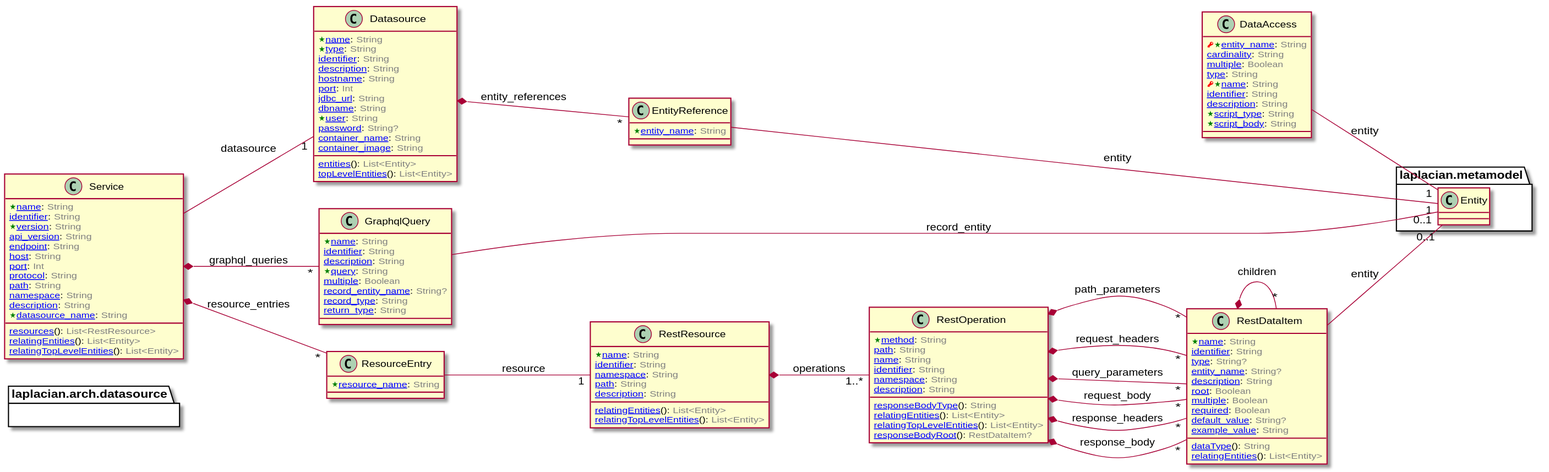
Earlier version of the PlantUML export doc/image/model-diagram.svg (laplacian-arch/api-service.domain-model).
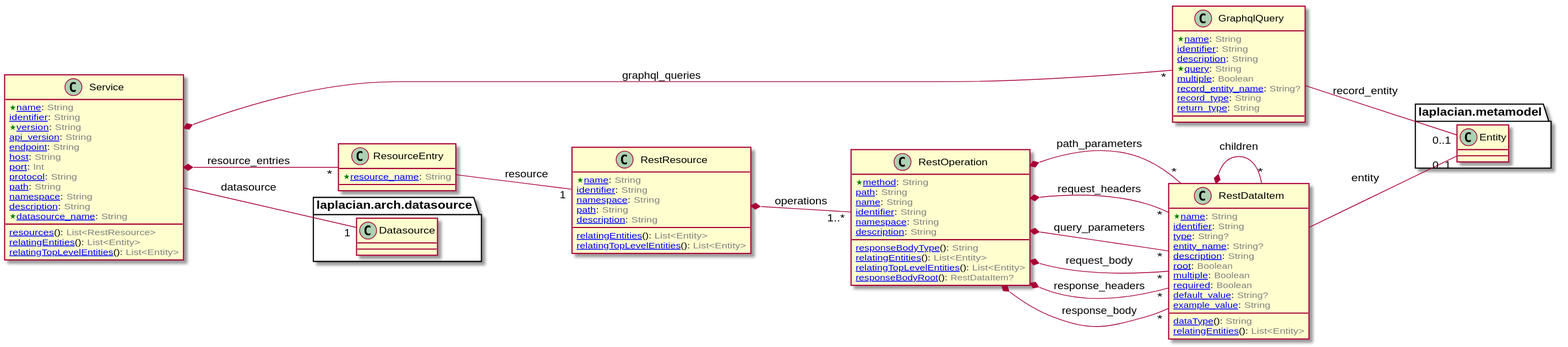
After the change.

Commit message:
update the model diagram

What changed in the source:
```diff
@@ -1,78 +1,5 @@
 @startuml
 left to right direction
-
-
-class DataAccess [[/blob/master/doc/entities/DataAccess.md]] {
-  <color:RED><&key></color><color:Green><&star></color>[[/blob/master/doc/entities/DataAccess.md#entity_name-string entity_name]]: <color:GRAY>String</color>
-  [[/blob/master/doc/entities/DataAccess.md#cardinality-string cardinality]]: <color:GRAY>String</color>
-  [[/blob/master/doc/entities/DataAccess.md#multiple-boolean multiple]]: <color:GRAY>Boolean</color>
-  [[/blob/master/doc/entities/DataAccess.md#type-string type]]: <color:GRAY>String</color>
-  <color:RED><&key></color><color:Green><&star></color>[[/blob/master/doc/entities/DataAccess.md#name-string name]]: <color:GRAY>String</color>
-  [[/blob/master/doc/entities/DataAccess.md#identifier-string identifier]]: <color:GRAY>String</color>
-  [[/blob/master/doc/entities/DataAccess.md#description-string description]]: <color:GRAY>String</color>
-  <color:Green><&star></color>[[/blob/master/doc/entities/DataAccess.md#script_type-string script_type]]: <color:GRAY>String</color>
-  <color:Green><&star></color>[[/blob/master/doc/entities/DataAccess.md#script_body-string script_body]]: <color:GRAY>String</color>
-}
-
-
-
-
-
-package laplacian.metamodel {
-  class Entity {
-  }
-}
-
-
-DataAccess -- "1" Entity : entity
-
-
-
-
-class Datasource [[/blob/master/doc/entities/Datasource.md]] {
-  <color:Green><&star></color>[[/blob/master/doc/entities/Datasource.md#name-string name]]: <color:GRAY>String</color>
-  <color:Green><&star></color>[[/blob/master/doc/entities/Datasource.md#type-string type]]: <color:GRAY>String</color>
-  [[/blob/master/doc/entities/Datasource.md#identifier-string identifier]]: <color:GRAY>String</color>
-  [[/blob/master/doc/entities/Datasource.md#description-string description]]: <color:GRAY>String</color>
-  [[/blob/master/doc/entities/Datasource.md#hostname-string hostname]]: <color:GRAY>String</color>
-  [[/blob/master/doc/entities/Datasource.md#port-int port]]: <color:GRAY>Int</color>
-  [[/blob/master/doc/entities/Datasource.md#jdbc_url-string jdbc_url]]: <color:GRAY>String</color>
-  [[/blob/master/doc/entities/Datasource.md#dbname-string dbname]]: <color:GRAY>String</color>
-  <color:Green><&star></color>[[/blob/master/doc/entities/Datasource.md#user-string user]]: <color:GRAY>String</color>
-  [[/blob/master/doc/entities/Datasource.md#password-string password]]: <color:GRAY>String?</color>
-  [[/blob/master/doc/entities/Datasource.md#container_name-string container_name]]: <color:GRAY>String</color>
-  [[/blob/master/doc/entities/Datasource.md#container_image-string container_image]]: <color:GRAY>String</color>
-  [[/blob/master/doc/entities/Datasource.md#entities-listEntity entities]](): <color:GRAY>List<Entity></color>
-  [[/blob/master/doc/entities/Datasource.md#top_level_entities-listEntity topLevelEntities]](): <color:GRAY>List<Entity></color>
-}
-
-
-
-
-
-
-Datasource *-- "*" EntityReference : entity_references
-
-
-
-
-class EntityReference [[/blob/master/doc/entities/EntityReference.md]] {
-  <color:Green><&star></color>[[/blob/master/doc/entities/EntityReference.md#entity_name-string entity_name]]: <color:GRAY>String</color>
-}
-
-
-
-
-
-package laplacian.metamodel {
-  class Entity {
-  }
-}
-
-
-EntityReference -- "1" Entity : entity
-
-
 
 
 class GraphqlQuery [[/blob/master/doc/entities/GraphqlQuery.md]] {
```
